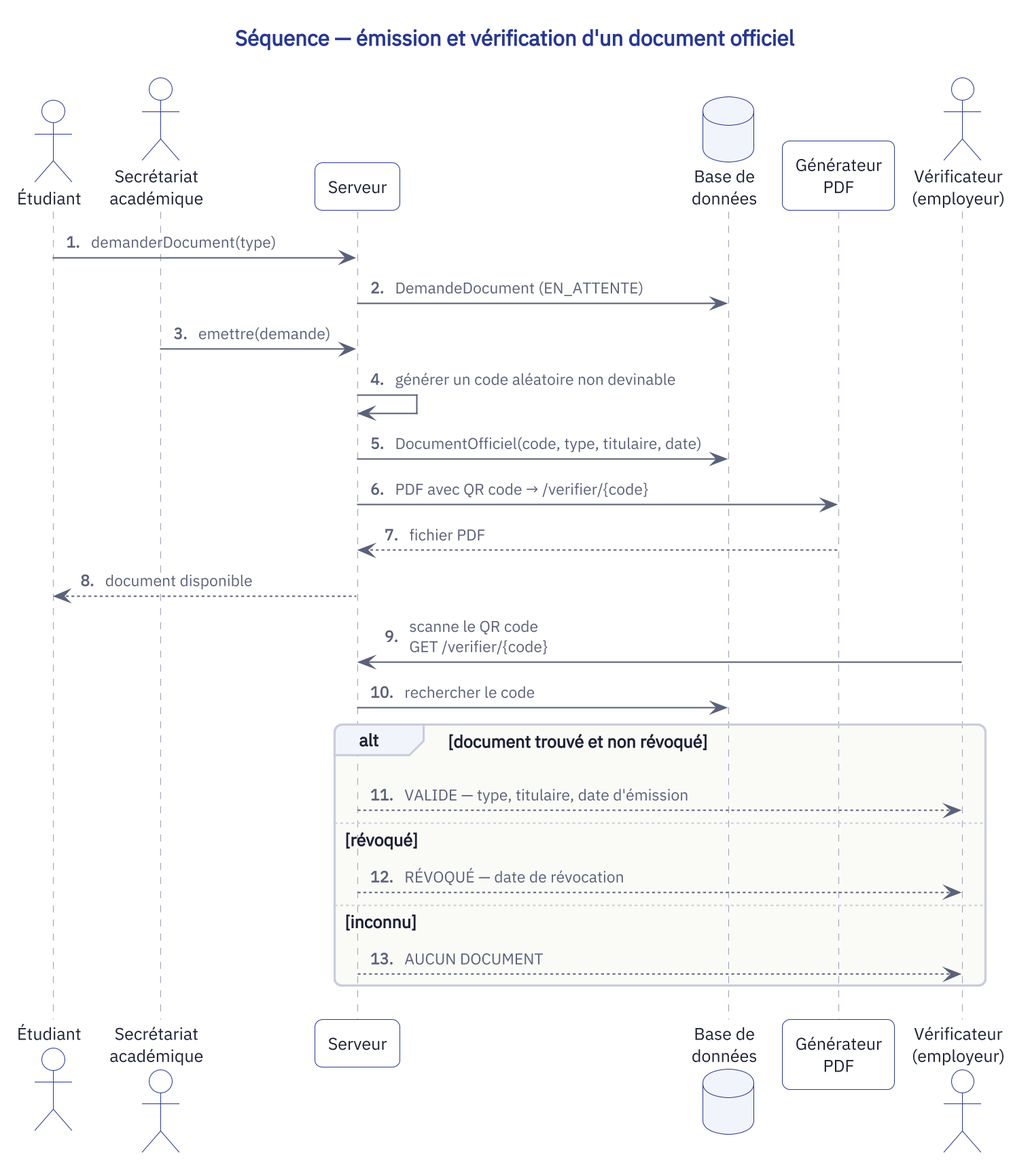
Earlier version of the PlantUML export docs/conception/figures/sequence-verification.png (oscaraksanti/ispt-bukavu). Its diagram source:
```plantuml
@startuml sequence-verification
!include _style.iuml
title Séquence — émission et vérification d'un document officiel
autonumber "<b>0."
actor Étudiant as E
actor "Secrétariat\nacadémique" as A
participant "Serveur" as S
database "Base de\ndonnées" as DB
participant "Générateur\nPDF" as P
actor "Vérificateur\n(employeur)" as V

E -> S : demanderDocument(type)
S -> DB : DemandeDocument (EN_ATTENTE)
A -> S : emettre(demande)
S -> S : générer un code aléatoire non devinable
S -> DB : DocumentOfficiel(code, type, titulaire, date)
S -> P : PDF avec QR code → /verifier/{code}
P --> S : fichier PDF
S --> E : document disponible
V -> S : scanne le QR code\nGET /verifier/{code}
S -> DB : rechercher le code
alt document trouvé et non révoqué
  S --> V : VALIDE — type, titulaire, date d'émission
else révoqué
  S --> V : RÉVOQUÉ — date de révocation
else inconnu
  S --> V : AUCUN DOCUMENT
end
@enduml
```
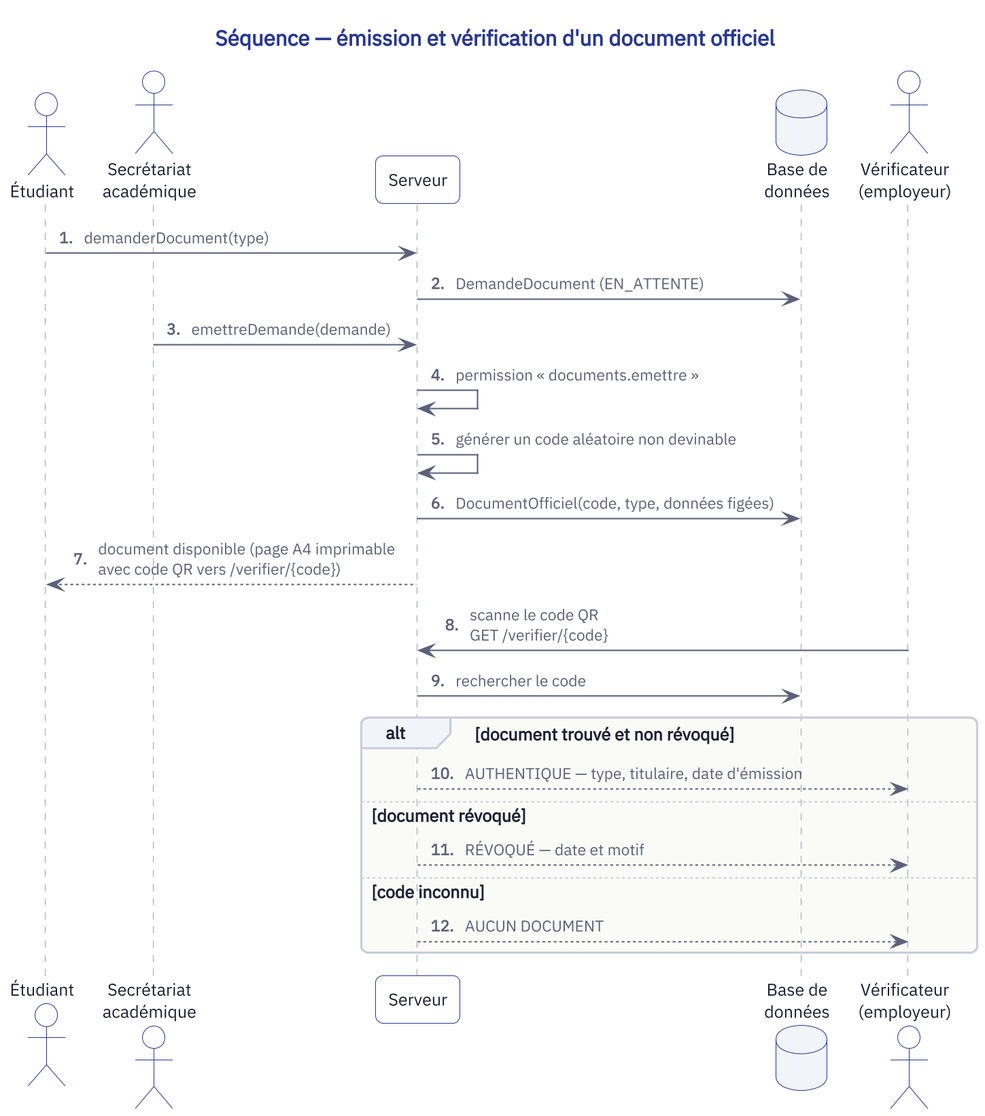
After the change.

Diff of the diagram source:
```diff
@@ -6,24 +6,22 @@
 actor "Secrétariat\nacadémique" as A
 participant "Serveur" as S
 database "Base de\ndonnées" as DB
-participant "Générateur\nPDF" as P
 actor "Vérificateur\n(employeur)" as V
 
 E -> S : demanderDocument(type)
 S -> DB : DemandeDocument (EN_ATTENTE)
-A -> S : emettre(demande)
+A -> S : emettreDemande(demande)
+S -> S : permission « documents.emettre »
 S -> S : générer un code aléatoire non devinable
-S -> DB : DocumentOfficiel(code, type, titulaire, date)
-S -> P : PDF avec QR code → /verifier/{code}
-P --> S : fichier PDF
-S --> E : document disponible
-V -> S : scanne le QR code\nGET /verifier/{code}
+S -> DB : DocumentOfficiel(code, type, données figées)
+S --> E : document disponible (page A4 imprimable\navec code QR vers /verifier/{code})
+V -> S : scanne le code QR\nGET /verifier/{code}
 S -> DB : rechercher le code
 alt document trouvé et non révoqué
-  S --> V : VALIDE — type, titulaire, date d'émission
-else révoqué
-  S --> V : RÉVOQUÉ — date de révocation
-else inconnu
+  S --> V : AUTHENTIQUE — type, titulaire, date d'émission
+else document révoqué
+  S --> V : RÉVOQUÉ — date et motif
+else code inconnu
   S --> V : AUCUN DOCUMENT
 end
 @enduml
```
